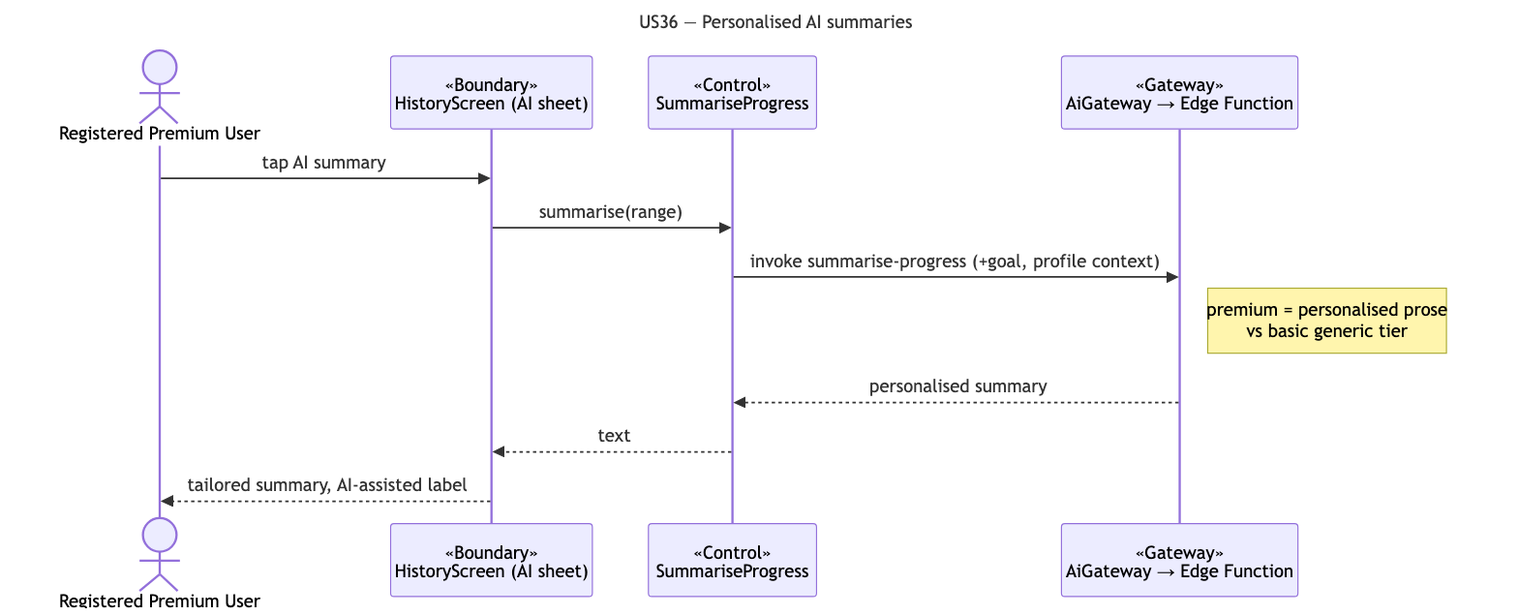
Above: docs/deliverables/sequence-diagrams/US36-personal-ai-summary.png in cyuanjun/FYP-26-S2-37-app (Mermaid), before the change. Its source is kept beside it as docs/deliverables/sequence-diagrams/src/US36-personal-ai-summary.mmd.
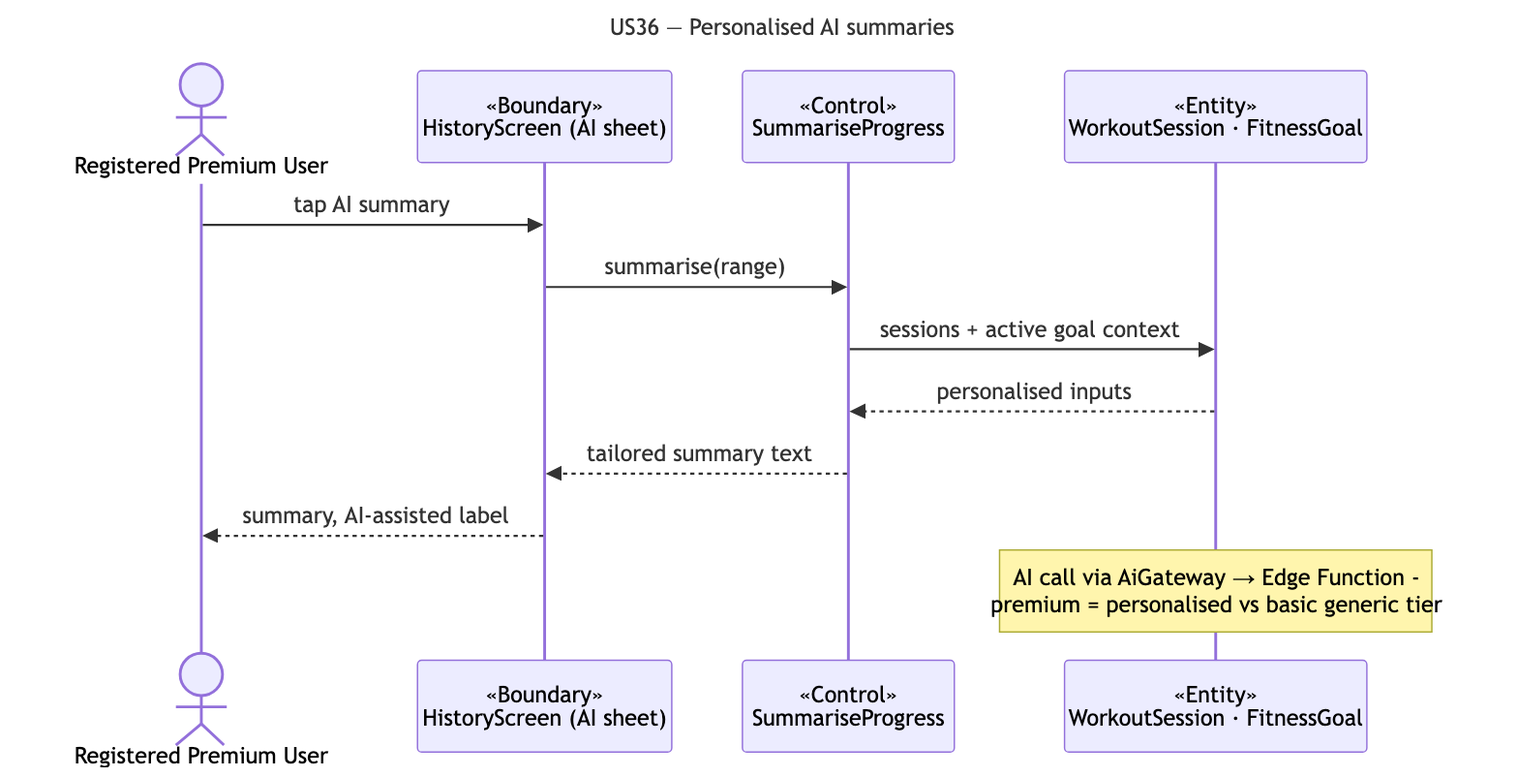
After the commit.

What changed in the source:
```diff
@@ -5,11 +5,11 @@
   actor A as Registered Premium User
   participant B as «Boundary»<br/>HistoryScreen (AI sheet)
   participant C as «Control»<br/>SummariseProgress
-  participant G as «Gateway»<br/>AiGateway → Edge Function
+  participant E as «Entity»<br/>WorkoutSession · FitnessGoal
   A->>B: tap AI summary
   B->>C: summarise(range)
-  C->>G: invoke summarise-progress (+goal, profile context)
-  note right of G: premium = personalised prose<br/>vs basic generic tier
-  G-->>C: personalised summary
-  C-->>B: text
-  B-->>A: tailored summary, AI-assisted label
+  C->>E: sessions + active goal context
+  E-->>C: personalised inputs
+  C-->>B: tailored summary text
+  B-->>A: summary, AI-assisted label
+  note over E: AI call via AiGateway → Edge Function -<br/>premium = personalised vs basic generic tier
```
